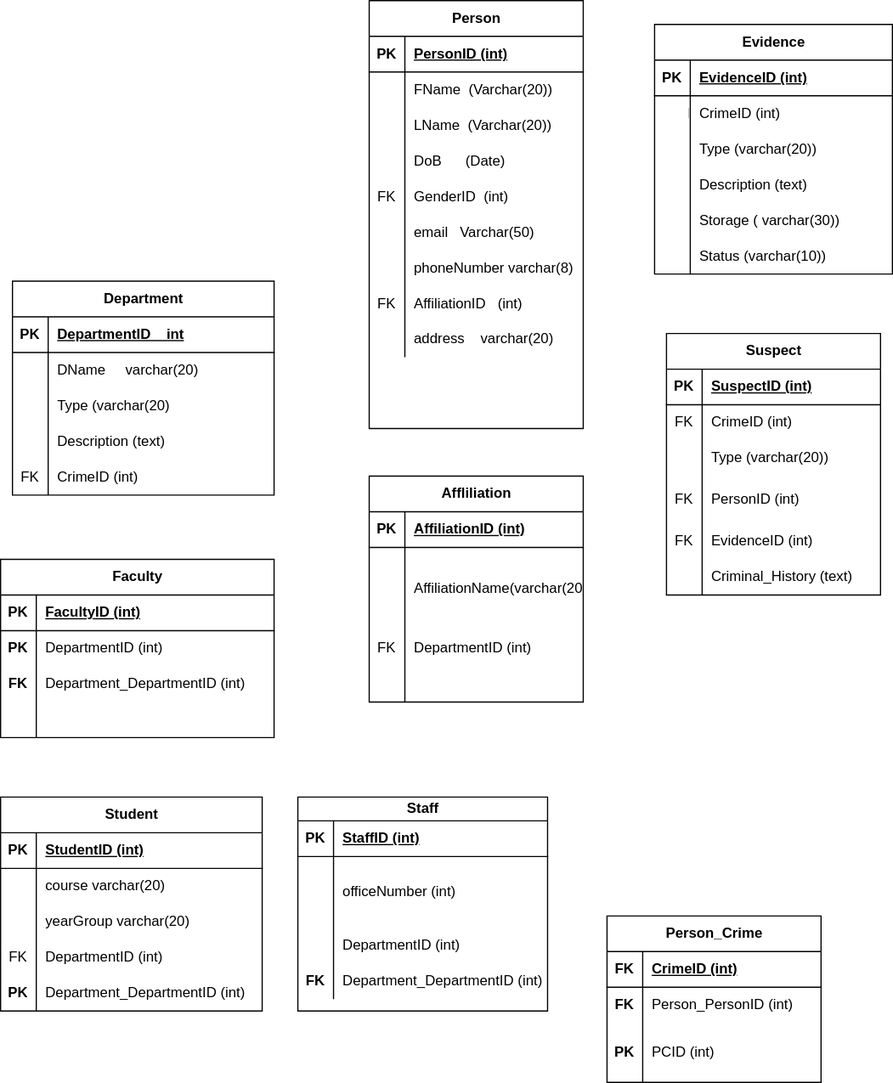
This is Untitled Diagram.drawio.svg from Priscile2/Diagrams, a draw.io export, as it was before one commit. Source tidied: cells renumbered, new cells last; positions are measured from the earlier drawing's top-left corner, leaving out a move shared by most shapes.
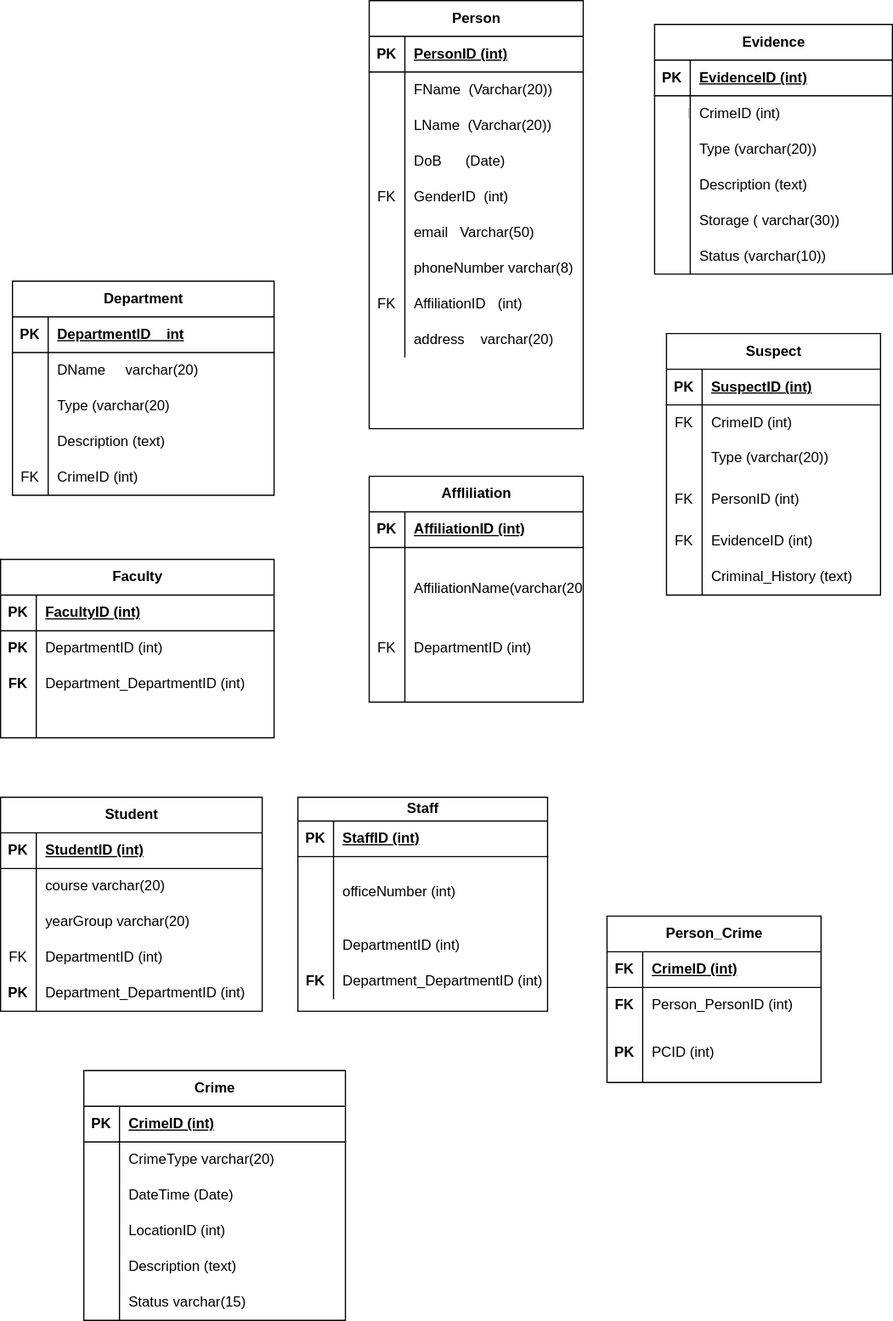
The same file after the commit.

The edit, as a diff of the source:
```diff
@@ -443,5 +443,62 @@
     <mxCell id="148" value="Department_DepartmentID (int)" style="shape=partialRectangle;fillColor=none;top=0;left=0;bottom=0;right=0;align=left;spacingLeft=6;overflow=hidden;whiteSpace=wrap;html=1;" parent="146" vertex="1">
       <mxGeometry x="30" width="190" height="30" as="geometry" />
     </mxCell>
+    <mxCell id="149" value="Crime" style="shape=table;startSize=30;rowLines=0;fontStyle=1;align=center;html=1;" parent="1" vertex="1">
+      <mxGeometry x="70" y="900" width="220" height="210" as="geometry" />
+    </mxCell>
+    <mxCell id="150" style="shape=tableRow;horizontal=0;startSize=0;swimlaneHead=0;swimlaneBody=0;fillColor=none;top=0;left=0;right=0;bottom=1;" parent="149" vertex="1">
+      <mxGeometry y="30" width="220" height="30" as="geometry" />
+    </mxCell>
+    <mxCell id="151" value="PK" style="shape=partialRectangle;fillColor=none;top=0;left=0;bottom=0;right=0;fontStyle=1;overflow=hidden;whiteSpace=wrap;html=1;" parent="150" vertex="1">
+      <mxGeometry width="30" height="30" as="geometry" />
+    </mxCell>
+    <mxCell id="152" value="CrimeID (int)" style="shape=partialRectangle;fillColor=none;top=0;left=0;bottom=0;right=0;align=left;spacingLeft=6;fontStyle=5;overflow=hidden;whiteSpace=wrap;html=1;" parent="150" vertex="1">
+      <mxGeometry x="30" width="190" height="30" as="geometry" />
+    </mxCell>
+    <mxCell id="153" style="shape=tableRow;horizontal=0;startSize=0;swimlaneHead=0;swimlaneBody=0;fillColor=none;top=0;left=0;right=0;bottom=0;" parent="149" vertex="1">
+      <mxGeometry y="60" width="220" height="30" as="geometry" />
+    </mxCell>
+    <mxCell id="154" style="shape=partialRectangle;fillColor=none;top=0;left=0;bottom=0;right=0;overflow=hidden;whiteSpace=wrap;html=1;" parent="153" vertex="1">
+      <mxGeometry width="30" height="30" as="geometry" />
+    </mxCell>
+    <mxCell id="155" value="CrimeType varchar(20)" style="shape=partialRectangle;fillColor=none;top=0;left=0;bottom=0;right=0;align=left;spacingLeft=6;overflow=hidden;whiteSpace=wrap;html=1;" parent="153" vertex="1">
+      <mxGeometry x="30" width="190" height="30" as="geometry" />
+    </mxCell>
+    <mxCell id="156" style="shape=tableRow;horizontal=0;startSize=0;swimlaneHead=0;swimlaneBody=0;fillColor=none;top=0;left=0;right=0;bottom=0;" parent="149" vertex="1">
+      <mxGeometry y="90" width="220" height="30" as="geometry" />
+    </mxCell>
+    <mxCell id="157" style="shape=partialRectangle;fillColor=none;top=0;left=0;bottom=0;right=0;overflow=hidden;whiteSpace=wrap;html=1;" parent="156" vertex="1">
+      <mxGeometry width="30" height="30" as="geometry" />
+    </mxCell>
+    <mxCell id="158" value="DateTime (Date)" style="shape=partialRectangle;fillColor=none;top=0;left=0;bottom=0;right=0;align=left;spacingLeft=6;overflow=hidden;whiteSpace=wrap;html=1;" parent="156" vertex="1">
+      <mxGeometry x="30" width="190" height="30" as="geometry" />
+    </mxCell>
+    <mxCell id="159" style="shape=tableRow;horizontal=0;startSize=0;swimlaneHead=0;swimlaneBody=0;fillColor=none;top=0;left=0;right=0;bottom=0;" parent="149" vertex="1">
+      <mxGeometry y="120" width="220" height="30" as="geometry" />
+    </mxCell>
+    <mxCell id="160" style="shape=partialRectangle;fillColor=none;top=0;left=0;bottom=0;right=0;overflow=hidden;whiteSpace=wrap;html=1;" parent="159" vertex="1">
+      <mxGeometry width="30" height="30" as="geometry" />
+    </mxCell>
+    <mxCell id="161" value="LocationID (int)" style="shape=partialRectangle;fillColor=none;top=0;left=0;bottom=0;right=0;align=left;spacingLeft=6;overflow=hidden;whiteSpace=wrap;html=1;" parent="159" vertex="1">
+      <mxGeometry x="30" width="190" height="30" as="geometry" />
+    </mxCell>
+    <mxCell id="162" style="shape=tableRow;horizontal=0;startSize=0;swimlaneHead=0;swimlaneBody=0;fillColor=none;top=0;left=0;right=0;bottom=0;" parent="149" vertex="1">
+      <mxGeometry y="150" width="220" height="30" as="geometry" />
+    </mxCell>
+    <mxCell id="163" style="shape=partialRectangle;fillColor=none;top=0;left=0;bottom=0;right=0;overflow=hidden;whiteSpace=wrap;html=1;" parent="162" vertex="1">
+      <mxGeometry width="30" height="30" as="geometry" />
+    </mxCell>
+    <mxCell id="164" value="Description (text)" style="shape=partialRectangle;fillColor=none;top=0;left=0;bottom=0;right=0;align=left;spacingLeft=6;overflow=hidden;whiteSpace=wrap;html=1;" parent="162" vertex="1">
+      <mxGeometry x="30" width="190" height="30" as="geometry" />
+    </mxCell>
+    <mxCell id="165" style="shape=tableRow;horizontal=0;startSize=0;swimlaneHead=0;swimlaneBody=0;fillColor=none;top=0;left=0;right=0;bottom=0;" parent="149" vertex="1">
+      <mxGeometry y="180" width="220" height="30" as="geometry" />
+    </mxCell>
+    <mxCell id="166" style="shape=partialRectangle;fillColor=none;top=0;left=0;bottom=0;right=0;overflow=hidden;whiteSpace=wrap;html=1;" parent="165" vertex="1">
+      <mxGeometry width="30" height="30" as="geometry" />
+    </mxCell>
+    <mxCell id="167" value="Status varchar(15)" style="shape=partialRectangle;fillColor=none;top=0;left=0;bottom=0;right=0;align=left;spacingLeft=6;overflow=hidden;whiteSpace=wrap;html=1;" parent="165" vertex="1">
+      <mxGeometry x="30" width="190" height="30" as="geometry" />
+    </mxCell>
   </root>
 </mxGraphModel>
```
